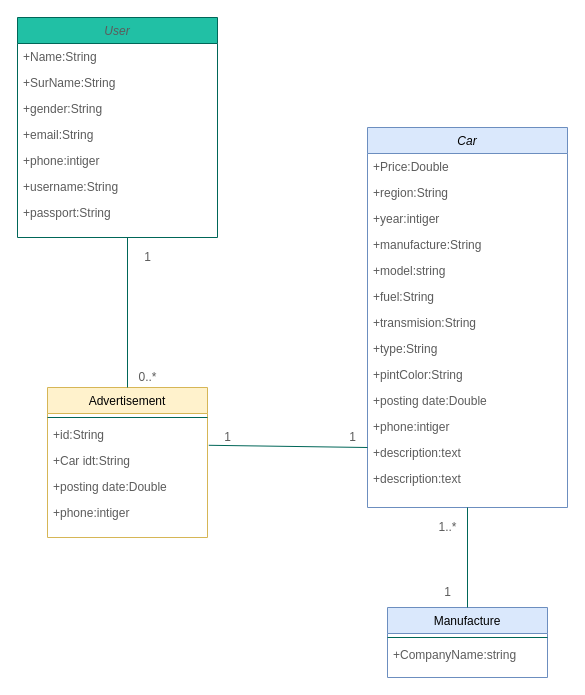
kamran-mehravar/Large-scale-and-Multi-structured-Databases-Project keeps this draw.io diagram as UML class1.drawio. Above is the earlier version. Source tidied: cells renumbered, new cells numbered last; positions are measured from the earlier drawing's top-left corner, leaving out a move shared by most shapes. Both pictures are drawn from the tidied source at 100%, with x=0, y=0 at pixel (17, 17).
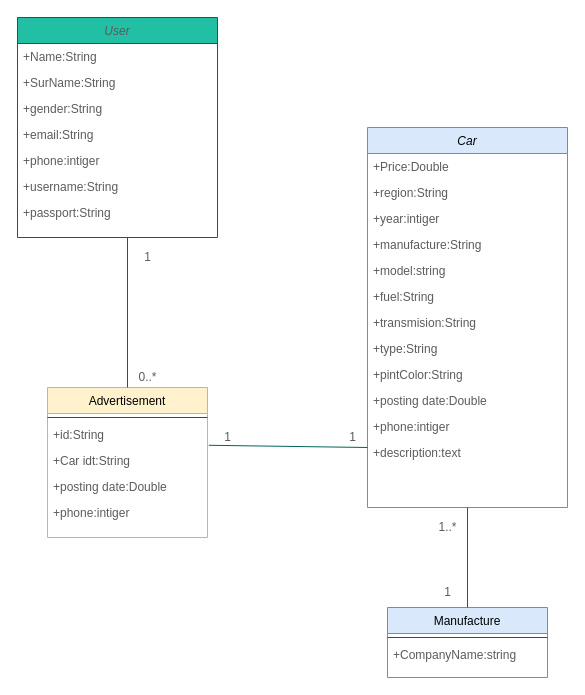
The same diagram, later.

The change refers to these unchanged cells:
```xml
<mxCell id="19" value="Car" style="swimlane;fontStyle=2;align=center;verticalAlign=top;horizontal=1;startSize=26;rounded=0;shadow=0;strokeWidth=1;fillColor=#dae8fc;strokeColor=#6c8ebf;" parent="1" vertex="1">
  <mxGeometry x="350" y="110" width="200" height="380" as="geometry" />
</mxCell>
```

Diff of the diagram source:
```diff
@@
-    <mxCell id="32" value="+description:text" style="text;align=left;verticalAlign=top;spacingLeft=4;spacingRight=4;overflow=hidden;fontColor=#5C5C5C;" parent="19" vertex="1">
-      <mxGeometry y="338" width="200" height="26" as="geometry" />
-    </mxCell>
```
